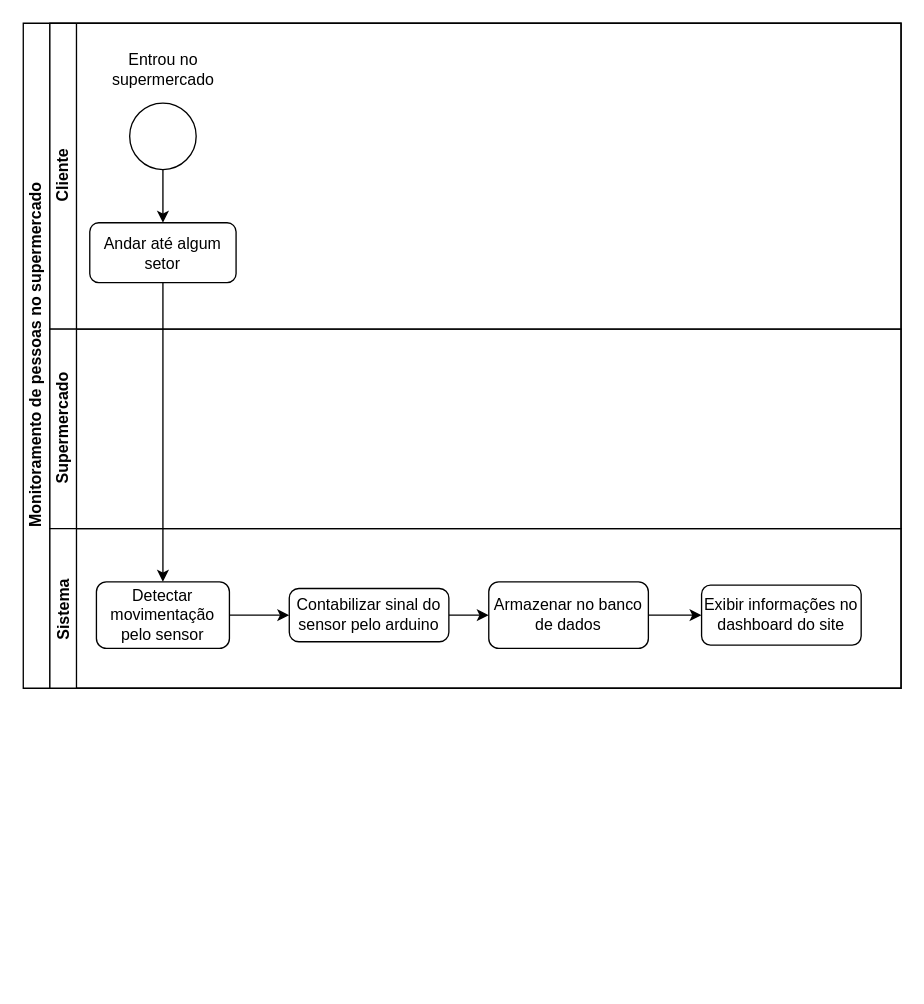
This is Documentacao/Diagramas/bpmn_legado.drawio from josu-pereira/Sensiders, a draw.io file, before an edit. Source tidied: cells renumbered, new cells numbered last; positions are measured from the earlier drawing's top-left corner, leaving out a move shared by most shapes. Both pictures are drawn from the tidied source at 133%, with x=0, y=0 at pixel (23, 23).
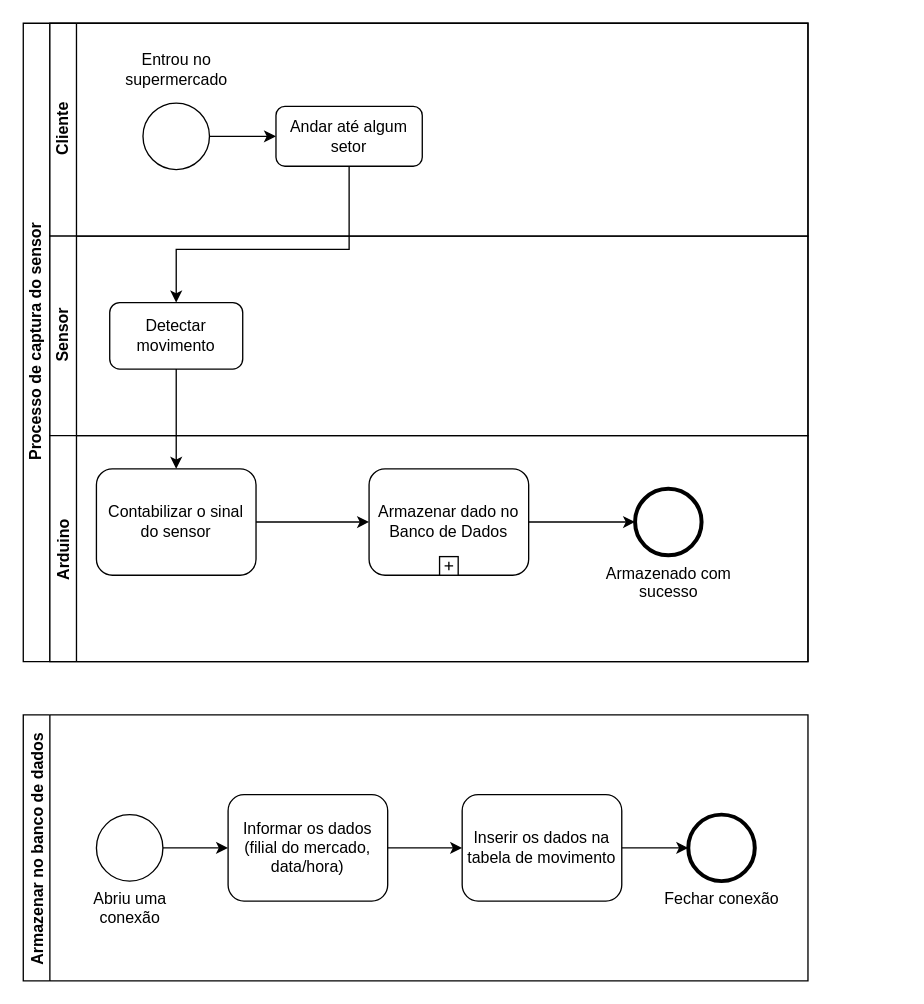
Above is the later version.

Commit message (it also covers changes not shown here):
BPMN do legado

The edit, as a diff of the source:
```diff
@@
-    <mxCell id="2" value="Monitoramento de pessoas no supermercado" style="swimlane;html=1;horizontal=0;startSize=20;" parent="1" vertex="1">
-      <mxGeometry width="660" height="500" as="geometry" />
+    <mxCell id="2" value="Processo de captura do sensor" style="swimlane;html=1;horizontal=0;startSize=20;" parent="1" vertex="1">
+      <mxGeometry width="590" height="480" as="geometry" />
     </mxCell>
     <mxCell id="3" value="Cliente" style="swimlane;html=1;startSize=20;horizontal=0;" parent="2" vertex="1">
-      <mxGeometry x="20" width="640" height="230" as="geometry" />
+      <mxGeometry x="20" width="570" height="160" as="geometry" />
     </mxCell>
@@
     <mxCell id="5" style="shape=mxgraph.bpmn.shape;html=1;verticalLabelPosition=bottom;labelBackgroundColor=#ffffff;verticalAlign=top;align=center;perimeter=ellipsePerimeter;outlineConnect=0;outline=standard;symbol=general;" parent="3" vertex="1">
-      <mxGeometry x="60" y="60" width="50" height="50" as="geometry" />
+      <mxGeometry x="70" y="60" width="50" height="50" as="geometry" />
     </mxCell>
     <mxCell id="6" value="Andar até algum setor" style="shape=ext;rounded=1;html=1;whiteSpace=wrap;" parent="3" vertex="1">
-      <mxGeometry x="30" y="150" width="110" height="45" as="geometry" />
+      <mxGeometry x="170" y="62.5" width="110" height="45" as="geometry" />
     </mxCell>
     <mxCell id="7" value="Entrou no&lt;br&gt;supermercado" style="text;html=1;align=center;verticalAlign=middle;" parent="3" vertex="1">
-      <mxGeometry x="35" y="20" width="100" height="30" as="geometry" />
+      <mxGeometry x="45" y="20" width="100" height="30" as="geometry" />
     </mxCell>
-    <mxCell id="8" value="Supermercado" style="swimlane;html=1;startSize=20;horizontal=0;" parent="2" vertex="1">
-      <mxGeometry x="20" y="230" width="640" height="150" as="geometry" />
+    <mxCell id="8" value="Sensor" style="swimlane;html=1;startSize=20;horizontal=0;" parent="2" vertex="1">
+      <mxGeometry x="20" y="160" width="570" height="150" as="geometry" />
     </mxCell>
+    <mxCell id="11" value="Detectar movimento" style="shape=ext;rounded=1;html=1;whiteSpace=wrap;" parent="8" vertex="1">
+      <mxGeometry x="45" y="50" width="100" height="50" as="geometry" />
+    </mxCell>
+    <mxCell id="14" style="edgeStyle=orthogonalEdgeStyle;rounded=0;orthogonalLoop=1;jettySize=auto;html=1;exitX=1;exitY=0.5;exitDx=0;exitDy=0;" parent="8" edge="1">
+      <mxGeometry relative="1" as="geometry">
+        <mxPoint x="490" y="95" as="targetPoint" />
+      </mxGeometry>
+    </mxCell>
-    <mxCell id="9" value="Sistema" style="swimlane;startSize=20;horizontal=0;" parent="2" vertex="1">
-      <mxGeometry x="20" y="380" width="640" height="120" as="geometry" />
+    <mxCell id="9" value="Arduino" style="swimlane;startSize=20;horizontal=0;" parent="2" vertex="1">
+      <mxGeometry x="20" y="310" width="570" height="170" as="geometry" />
     </mxCell>
-    <mxCell id="10" style="edgeStyle=orthogonalEdgeStyle;rounded=0;jettySize=auto;html=1;exitX=1;exitY=0.5;exitDx=0;exitDy=0;entryX=0;entryY=0.5;entryDx=0;entryDy=0;" parent="9" edge="1" source="11" target="13">
-      <mxGeometry relative="1" as="geometry" />
-    </mxCell>
-    <mxCell id="11" value="Detectar movimentação pelo sensor" style="shape=ext;rounded=1;html=1;whiteSpace=wrap;" parent="9" vertex="1">
-      <mxGeometry x="35" y="40" width="100" height="50" as="geometry" />
-    </mxCell>
-    <mxCell id="12" style="edgeStyle=orthogonalEdgeStyle;rounded=0;jettySize=auto;html=1;exitX=1;exitY=0.5;exitDx=0;exitDy=0;" parent="9" edge="1" source="13" target="15">
-      <mxGeometry relative="1" as="geometry" />
-    </mxCell>
-    <mxCell id="13" value="Contabilizar sinal do sensor pelo arduino" style="shape=ext;rounded=1;html=1;whiteSpace=wrap;arcSize=18;" parent="9" vertex="1">
-      <mxGeometry x="180" y="45" width="120" height="40" as="geometry" />
-    </mxCell>
-    <mxCell id="14" style="edgeStyle=orthogonalEdgeStyle;rounded=0;jettySize=auto;html=1;exitX=1;exitY=0.5;exitDx=0;exitDy=0;" parent="9" edge="1" source="15" target="16">
-      <mxGeometry relative="1" as="geometry" />
-    </mxCell>
+    <mxCell id="18" style="edgeStyle=orthogonalEdgeStyle;rounded=0;jettySize=auto;html=1;entryX=0;entryY=0.5;entryDx=0;entryDy=0;" parent="9" edge="1" source="19" target="21">
+      <mxGeometry relative="1" as="geometry" />
+    </mxCell>
+    <mxCell id="19" value="Contabilizar o sinal do sensor" style="shape=ext;rounded=1;html=1;whiteSpace=wrap;" parent="9" vertex="1">
+      <mxGeometry x="35" y="25" width="120" height="80" as="geometry" />
+    </mxCell>
+    <mxCell id="20" style="edgeStyle=orthogonalEdgeStyle;rounded=0;jettySize=auto;html=1;" parent="9" edge="1" source="21" target="23">
+      <mxGeometry relative="1" as="geometry" />
+    </mxCell>
+    <mxCell id="21" value="Armazenar dado no Banco de Dados" style="html=1;whiteSpace=wrap;rounded=1;" parent="9" vertex="1">
+      <mxGeometry x="240" y="25" width="120" height="80" as="geometry" />
+    </mxCell>
+    <mxCell id="22" style="html=1;shape=plus;" parent="21" vertex="1">
+      <mxGeometry x="0.5" y="1" width="14" height="14" relative="1" as="geometry">
+        <mxPoint x="-7" y="-14" as="offset" />
+      </mxGeometry>
+    </mxCell>
+    <mxCell id="23" value="&lt;div&gt;Armazenado com &lt;br&gt;&lt;/div&gt;&lt;div&gt;sucesso&lt;br&gt;&lt;/div&gt;" style="shape=mxgraph.bpmn.shape;html=1;verticalLabelPosition=bottom;labelBackgroundColor=#ffffff;verticalAlign=top;align=center;perimeter=ellipsePerimeter;outlineConnect=0;outline=end;symbol=general;" parent="9" vertex="1">
+      <mxGeometry x="440" y="40" width="50" height="50" as="geometry" />
+    </mxCell>
+    <mxCell id="24" style="edgeStyle=orthogonalEdgeStyle;rounded=0;jettySize=auto;html=1;entryX=0.5;entryY=0;entryDx=0;entryDy=0;" parent="2" edge="1" source="11" target="19">
+      <mxGeometry relative="1" as="geometry" />
+    </mxCell>
+    <mxCell id="17" style="edgeStyle=orthogonalEdgeStyle;rounded=0;jettySize=auto;html=1;entryX=0.5;entryY=0;entryDx=0;entryDy=0;exitX=0.5;exitY=1;exitDx=0;exitDy=0;" parent="2" edge="1" source="6" target="11">
+      <mxGeometry relative="1" as="geometry">
+        <Array as="points">
+          <mxPoint x="245" y="170" />
+          <mxPoint x="115" y="170" />
+        </Array>
+      </mxGeometry>
+    </mxCell>
-    <mxCell id="15" value="Armazenar no banco de dados" style="shape=ext;rounded=1;html=1;whiteSpace=wrap;" parent="9" vertex="1">
-      <mxGeometry x="330" y="40" width="120" height="50" as="geometry" />
+    <mxCell id="15" value="Armazenar no banco de dados" style="swimlane;startSize=20;horizontal=0;" parent="1" vertex="1">
+      <mxGeometry y="520" width="590" height="200" as="geometry" />
     </mxCell>
-    <mxCell id="16" value="Exibir informações no dashboard do site" style="shape=ext;rounded=1;html=1;whiteSpace=wrap;" parent="9" vertex="1">
-      <mxGeometry x="490" y="42.5" width="120" height="45" as="geometry" />
-    </mxCell>
-    <mxCell id="17" style="edgeStyle=orthogonalEdgeStyle;rounded=0;jettySize=auto;html=1;entryX=0.5;entryY=0;entryDx=0;entryDy=0;" parent="2" edge="1" source="6" target="11">
-      <mxGeometry relative="1" as="geometry" />
-    </mxCell>
+    <mxCell id="25" style="edgeStyle=orthogonalEdgeStyle;rounded=0;jettySize=auto;html=1;entryX=0;entryY=0.5;entryDx=0;entryDy=0;" parent="15" edge="1" source="26" target="28">
+      <mxGeometry relative="1" as="geometry" />
+    </mxCell>
+    <mxCell id="26" value="&lt;div&gt;Abriu uma &lt;br&gt;&lt;/div&gt;&lt;div&gt;conexão&lt;br&gt;&lt;/div&gt;" style="shape=mxgraph.bpmn.shape;html=1;verticalLabelPosition=bottom;labelBackgroundColor=#ffffff;verticalAlign=top;align=center;perimeter=ellipsePerimeter;outlineConnect=0;outline=standard;symbol=general;" parent="15" vertex="1">
+      <mxGeometry x="55" y="75" width="50" height="50" as="geometry" />
+    </mxCell>
+    <mxCell id="27" style="edgeStyle=orthogonalEdgeStyle;rounded=0;jettySize=auto;html=1;entryX=0;entryY=0.5;entryDx=0;entryDy=0;" parent="15" edge="1" source="28" target="30">
+      <mxGeometry relative="1" as="geometry" />
+    </mxCell>
+    <mxCell id="28" value="Informar os dados (filial do mercado, data/hora)" style="shape=ext;rounded=1;html=1;whiteSpace=wrap;" parent="15" vertex="1">
+      <mxGeometry x="154" y="60" width="120" height="80" as="geometry" />
+    </mxCell>
+    <mxCell id="29" style="edgeStyle=orthogonalEdgeStyle;rounded=0;jettySize=auto;html=1;entryX=0;entryY=0.5;entryDx=0;entryDy=0;" parent="15" edge="1" source="30" target="31">
+      <mxGeometry relative="1" as="geometry" />
+    </mxCell>
+    <mxCell id="30" value="Inserir os dados na tabela de movimento" style="shape=ext;rounded=1;html=1;whiteSpace=wrap;" parent="15" vertex="1">
+      <mxGeometry x="330" y="60" width="120" height="80" as="geometry" />
+    </mxCell>
+    <mxCell id="31" value="Fechar conexão" style="shape=mxgraph.bpmn.shape;html=1;verticalLabelPosition=bottom;labelBackgroundColor=#ffffff;verticalAlign=top;align=center;perimeter=ellipsePerimeter;outlineConnect=0;outline=end;symbol=general;" parent="15" vertex="1">
+      <mxGeometry x="500" y="75" width="50" height="50" as="geometry" />
+    </mxCell>
```
